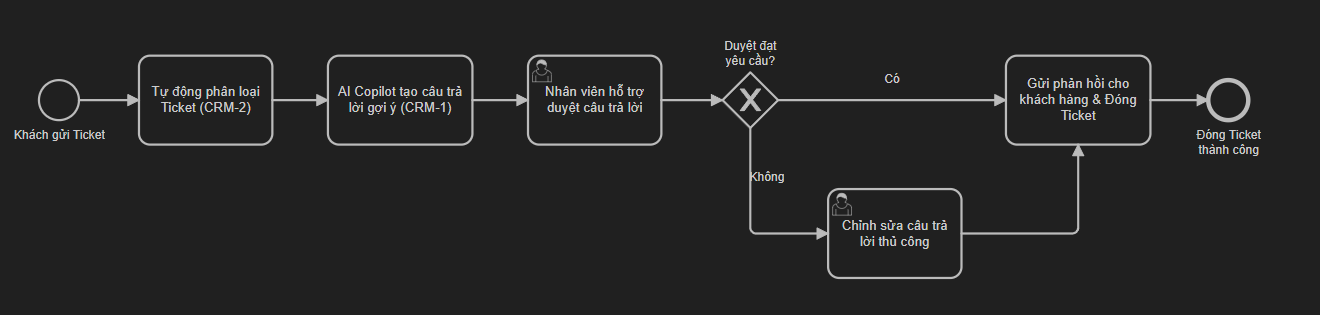
This is camunda/support_resolution.png from thanhhai375/support-resolution-ai, a BPMN export, as it was before one commit. Its source is kept beside it as camunda/support_resolution.bpmn. Ids are renumbered. Source of this version:
```xml
<bpmn:definitions xmlns:bpmn="http://www.omg.org/spec/BPMN/20100524/MODEL" xmlns:bpmndi="http://www.omg.org/spec/BPMN/20100524/DI" xmlns:dc="http://www.omg.org/spec/DD/20100524/DC" xmlns:di="http://www.omg.org/spec/DD/20100524/DI" id="Definitions_SupportCopilot" targetNamespace="http://bpmn.io/schema/bpmn">
  <bpmn:process id="Process_Support_Resolution" name="Support Resolution Copilot" isExecutable="false">
    <bpmn:startEvent id="Start_TicketCreated" name="Khách gửi Ticket">
      <bpmn:outgoing>Flow_1</bpmn:outgoing>
    </bpmn:startEvent>
    <bpmn:task id="Task_AutoCategorize" name="Tự động phân loại Ticket (CRM-2)">
      <bpmn:incoming>Flow_1</bpmn:incoming>
      <bpmn:outgoing>Flow_2</bpmn:outgoing>
    </bpmn:task>
    <bpmn:task id="Task_GenerateResolution" name="AI Copilot tạo câu trả lời gợi ý (CRM-1)">
      <bpmn:incoming>Flow_2</bpmn:incoming>
      <bpmn:outgoing>Flow_3</bpmn:outgoing>
    </bpmn:task>
    <bpmn:userTask id="Task_ReviewResolution" name="Nhân viên hỗ trợ duyệt câu trả lời">
      <bpmn:incoming>Flow_3</bpmn:incoming>
      <bpmn:outgoing>Flow_4</bpmn:outgoing>
    </bpmn:userTask>
    <bpmn:exclusiveGateway id="Gateway_Approved" name="Duyệt đạt yêu cầu?">
      <bpmn:incoming>Flow_4</bpmn:incoming>
      <bpmn:outgoing>Flow_Yes</bpmn:outgoing>
      <bpmn:outgoing>Flow_No</bpmn:outgoing>
    </bpmn:exclusiveGateway>
    <bpmn:userTask id="Task_EditResponse" name="Chỉnh sửa câu trả lời thủ công">
      <bpmn:incoming>Flow_No</bpmn:incoming>
      <bpmn:outgoing>Flow_5</bpmn:outgoing>
    </bpmn:userTask>
    <bpmn:task id="Task_SendResponse" name="Gửi phản hồi cho khách hàng &amp; Đóng Ticket">
      <bpmn:incoming>Flow_Yes</bpmn:incoming>
      <bpmn:incoming>Flow_5</bpmn:incoming>
      <bpmn:outgoing>Flow_End</bpmn:outgoing>
    </bpmn:task>
    <bpmn:endEvent id="End_TicketResolved" name="Đóng Ticket thành công">
      <bpmn:incoming>Flow_End</bpmn:incoming>
    </bpmn:endEvent>
    <bpmn:sequenceFlow id="Flow_1" sourceRef="Start_TicketCreated" targetRef="Task_AutoCategorize" />
    <bpmn:sequenceFlow id="Flow_2" sourceRef="Task_AutoCategorize" targetRef="Task_GenerateResolution" />
    <bpmn:sequenceFlow id="Flow_3" sourceRef="Task_GenerateResolution" targetRef="Task_ReviewResolution" />
    <bpmn:sequenceFlow id="Flow_4" sourceRef="Task_ReviewResolution" targetRef="Gateway_Approved" />
    <bpmn:sequenceFlow id="Flow_Yes" name="Có" sourceRef="Gateway_Approved" targetRef="Task_SendResponse" />
    <bpmn:sequenceFlow id="Flow_No" name="Không" sourceRef="Gateway_Approved" targetRef="Task_EditResponse" />
    <bpmn:sequenceFlow id="Flow_5" sourceRef="Task_EditResponse" targetRef="Task_SendResponse" />
    <bpmn:sequenceFlow id="Flow_End" sourceRef="Task_SendResponse" targetRef="End_TicketResolved" />
  </bpmn:process>
  <bpmndi:BPMNDiagram id="BPMNDiagram_1">
    <bpmndi:BPMNPlane id="BPMNPlane_1" bpmnElement="Process_Support_Resolution">
      <bpmndi:BPMNShape id="Start_TicketCreated_di" bpmnElement="Start_TicketCreated">
        <dc:Bounds x="160" y="112" width="36" height="36" />
        <bpmndi:BPMNLabel><dc:Bounds x="135" y="155" width="87" height="14" /></bpmndi:BPMNLabel>
      </bpmndi:BPMNShape>
      <bpmndi:BPMNShape id="Task_AutoCategorize_di" bpmnElement="Task_AutoCategorize">
        <dc:Bounds x="250" y="90" width="120" height="80" />
      </bpmndi:BPMNShape>
      <bpmndi:BPMNShape id="Task_GenerateResolution_di" bpmnElement="Task_GenerateResolution">
        <dc:Bounds x="420" y="90" width="130" height="80" />
      </bpmndi:BPMNShape>
      <bpmndi:BPMNShape id="Task_ReviewResolution_di" bpmnElement="Task_ReviewResolution">
        <dc:Bounds x="600" y="90" width="120" height="80" />
      </bpmndi:BPMNShape>
      <bpmndi:BPMNShape id="Gateway_Approved_di" bpmnElement="Gateway_Approved" isMarkerVisible="true">
        <dc:Bounds x="775" y="105" width="50" height="50" />
        <bpmndi:BPMNLabel><dc:Bounds x="765" y="75" width="70" height="27" /></bpmndi:BPMNLabel>
      </bpmndi:BPMNShape>
      <bpmndi:BPMNShape id="Task_EditResponse_di" bpmnElement="Task_EditResponse">
        <dc:Bounds x="870" y="210" width="120" height="80" />
      </bpmndi:BPMNShape>
      <bpmndi:BPMNShape id="Task_SendResponse_di" bpmnElement="Task_SendResponse">
        <dc:Bounds x="1030" y="90" width="130" height="80" />
      </bpmndi:BPMNShape>
      <bpmndi:BPMNShape id="End_TicketResolved_di" bpmnElement="End_TicketResolved">
        <dc:Bounds x="1212" y="112" width="36" height="36" />
        <bpmndi:BPMNLabel><dc:Bounds x="1195" y="155" width="70" height="27" /></bpmndi:BPMNLabel>
      </bpmndi:BPMNShape>
      <bpmndi:BPMNEdge id="Flow_1_di" bpmnElement="Flow_1"><di:waypoint x="196" y="130" /><di:waypoint x="250" y="130" /></bpmndi:BPMNEdge>
      <bpmndi:BPMNEdge id="Flow_2_di" bpmnElement="Flow_2"><di:waypoint x="370" y="130" /><di:waypoint x="420" y="130" /></bpmndi:BPMNEdge>
      <bpmndi:BPMNEdge id="Flow_3_di" bpmnElement="Flow_3"><di:waypoint x="550" y="130" /><di:waypoint x="600" y="130" /></bpmndi:BPMNEdge>
      <bpmndi:BPMNEdge id="Flow_4_di" bpmnElement="Flow_4"><di:waypoint x="720" y="130" /><di:waypoint x="775" y="130" /></bpmndi:BPMNEdge>
      <bpmndi:BPMNEdge id="Flow_Yes_di" bpmnElement="Flow_Yes"><di:waypoint x="825" y="130" /><di:waypoint x="1030" y="130" /></bpmndi:BPMNEdge>
      <bpmndi:BPMNEdge id="Flow_No_di" bpmnElement="Flow_No"><di:waypoint x="800" y="155" /><di:waypoint x="800" y="250" /><di:waypoint x="870" y="250" /></bpmndi:BPMNEdge>
      <bpmndi:BPMNEdge id="Flow_5_di" bpmnElement="Flow_5"><di:waypoint x="990" y="250" /><di:waypoint x="1095" y="250" /><di:waypoint x="1095" y="170" /></bpmndi:BPMNEdge>
      <bpmndi:BPMNEdge id="Flow_End_di" bpmnElement="Flow_End"><di:waypoint x="1160" y="130" /><di:waypoint x="1212" y="130" /></bpmndi:BPMNEdge>
    </bpmndi:BPMNPlane>
  </bpmndi:BPMNDiagram>
</bpmn:definitions>
```
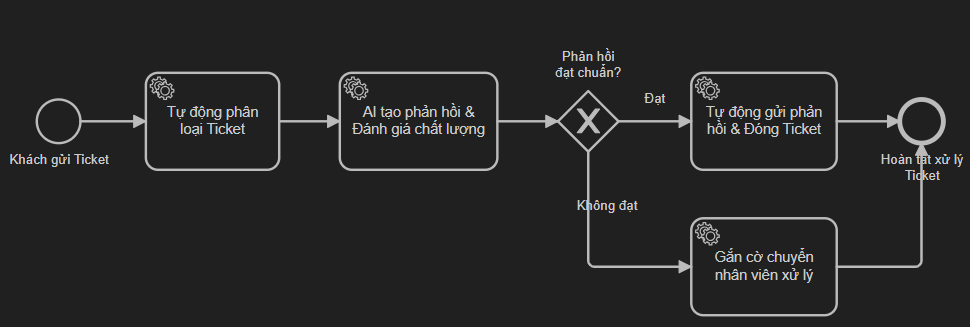
After the change.

Commit message:
docs(crm-5): update automated ai support resolution workflow

What changed in the source:
```diff
@@ -1,83 +1,74 @@
-<bpmn:definitions xmlns:bpmn="http://www.omg.org/spec/BPMN/20100524/MODEL" xmlns:bpmndi="http://www.omg.org/spec/BPMN/20100524/DI" xmlns:dc="http://www.omg.org/spec/DD/20100524/DC" xmlns:di="http://www.omg.org/spec/DD/20100524/DI" id="Definitions_SupportCopilot" targetNamespace="http://bpmn.io/schema/bpmn">
-  <bpmn:process id="Process_Support_Resolution" name="Support Resolution Copilot" isExecutable="false">
-    <bpmn:startEvent id="Start_TicketCreated" name="Khách gửi Ticket">
-      <bpmn:outgoing>Flow_1</bpmn:outgoing>
+<bpmn:definitions xmlns:bpmn="http://www.omg.org/spec/BPMN/20100524/MODEL" xmlns:bpmndi="http://www.omg.org/spec/BPMN/20100524/DI" xmlns:dc="http://www.omg.org/spec/DD/20100524/DC" xmlns:di="http://www.omg.org/spec/DD/20100524/DI" id="Definitions_Auto" targetNamespace="http://bpmn.io/schema/bpmn">
+  <bpmn:process id="Process_Auto_Support" name="Quy trình AI tự động xử lý Ticket" isExecutable="true">
+    <bpmn:startEvent id="Start_Ticket" name="Khách gửi Ticket">
+      <bpmn:outgoing>F1</bpmn:outgoing>
     </bpmn:startEvent>
-    <bpmn:task id="Task_AutoCategorize" name="Tự động phân loại Ticket (CRM-2)">
-      <bpmn:incoming>Flow_1</bpmn:incoming>
-      <bpmn:outgoing>Flow_2</bpmn:outgoing>
-    </bpmn:task>
-    <bpmn:task id="Task_GenerateResolution" name="AI Copilot tạo câu trả lời gợi ý (CRM-1)">
-      <bpmn:incoming>Flow_2</bpmn:incoming>
-      <bpmn:outgoing>Flow_3</bpmn:outgoing>
-    </bpmn:task>
-    <bpmn:userTask id="Task_ReviewResolution" name="Nhân viên hỗ trợ duyệt câu trả lời">
-      <bpmn:incoming>Flow_3</bpmn:incoming>
-      <bpmn:outgoing>Flow_4</bpmn:outgoing>
-    </bpmn:userTask>
-    <bpmn:exclusiveGateway id="Gateway_Approved" name="Duyệt đạt yêu cầu?">
-      <bpmn:incoming>Flow_4</bpmn:incoming>
-      <bpmn:outgoing>Flow_Yes</bpmn:outgoing>
-      <bpmn:outgoing>Flow_No</bpmn:outgoing>
+    <bpmn:serviceTask id="Task_Categorize" name="Tự động phân loại Ticket">
+      <bpmn:incoming>F1</bpmn:incoming>
+      <bpmn:outgoing>F2</bpmn:outgoing>
+    </bpmn:serviceTask>
+    <bpmn:serviceTask id="Task_AIEval" name="AI tạo phản hồi &amp; Đánh giá chất lượng">
+      <bpmn:incoming>F2</bpmn:incoming>
+      <bpmn:outgoing>F3</bpmn:outgoing>
+    </bpmn:serviceTask>
+    <bpmn:exclusiveGateway id="Gateway_AIDecision" name="Phản hồi đạt chuẩn?">
+      <bpmn:incoming>F3</bpmn:incoming>
+      <bpmn:outgoing>F_Valid</bpmn:outgoing>
+      <bpmn:outgoing>F_Invalid</bpmn:outgoing>
     </bpmn:exclusiveGateway>
-    <bpmn:userTask id="Task_EditResponse" name="Chỉnh sửa câu trả lời thủ công">
-      <bpmn:incoming>Flow_No</bpmn:incoming>
-      <bpmn:outgoing>Flow_5</bpmn:outgoing>
-    </bpmn:userTask>
-    <bpmn:task id="Task_SendResponse" name="Gửi phản hồi cho khách hàng &amp; Đóng Ticket">
-      <bpmn:incoming>Flow_Yes</bpmn:incoming>
-      <bpmn:incoming>Flow_5</bpmn:incoming>
-      <bpmn:outgoing>Flow_End</bpmn:outgoing>
-    </bpmn:task>
-    <bpmn:endEvent id="End_TicketResolved" name="Đóng Ticket thành công">
-      <bpmn:incoming>Flow_End</bpmn:incoming>
+    <bpmn:serviceTask id="Task_AutoSend" name="Tự động gửi phản hồi &amp; Đóng Ticket">
+      <bpmn:incoming>F_Valid</bpmn:incoming>
+      <bpmn:outgoing>F_End1</bpmn:outgoing>
+    </bpmn:serviceTask>
+    <bpmn:serviceTask id="Task_Escalate" name="Gắn cờ chuyển nhân viên xử lý">
+      <bpmn:incoming>F_Invalid</bpmn:incoming>
+      <bpmn:outgoing>F_End2</bpmn:outgoing>
+    </bpmn:serviceTask>
+    <bpmn:endEvent id="End_Closed" name="Hoàn tất xử lý Ticket">
+      <bpmn:incoming>F_End1</bpmn:incoming>
+      <bpmn:incoming>F_End2</bpmn:incoming>
     </bpmn:endEvent>
-    <bpmn:sequenceFlow id="Flow_1" sourceRef="Start_TicketCreated" targetRef="Task_AutoCategorize" />
-    <bpmn:sequenceFlow id="Flow_2" sourceRef="Task_AutoCategorize" targetRef="Task_GenerateResolution" />
-    <bpmn:sequenceFlow id="Flow_3" sourceRef="Task_GenerateResolution" targetRef="Task_ReviewResolution" />
-    <bpmn:sequenceFlow id="Flow_4" sourceRef="Task_ReviewResolution" targetRef="Gateway_Approved" />
-    <bpmn:sequenceFlow id="Flow_Yes" name="Có" sourceRef="Gateway_Approved" targetRef="Task_SendResponse" />
-    <bpmn:sequenceFlow id="Flow_No" name="Không" sourceRef="Gateway_Approved" targetRef="Task_EditResponse" />
-    <bpmn:sequenceFlow id="Flow_5" sourceRef="Task_EditResponse" targetRef="Task_SendResponse" />
-    <bpmn:sequenceFlow id="Flow_End" sourceRef="Task_SendResponse" targetRef="End_TicketResolved" />
+    <bpmn:sequenceFlow id="F1" sourceRef="Start_Ticket" targetRef="Task_Categorize" />
+    <bpmn:sequenceFlow id="F2" sourceRef="Task_Categorize" targetRef="Task_AIEval" />
+    <bpmn:sequenceFlow id="F3" sourceRef="Task_AIEval" targetRef="Gateway_AIDecision" />
+    <bpmn:sequenceFlow id="F_Valid" name="Đạt" sourceRef="Gateway_AIDecision" targetRef="Task_AutoSend" />
+    <bpmn:sequenceFlow id="F_Invalid" name="Không đạt" sourceRef="Gateway_AIDecision" targetRef="Task_Escalate" />
+    <bpmn:sequenceFlow id="F_End1" sourceRef="Task_AutoSend" targetRef="End_Closed" />
+    <bpmn:sequenceFlow id="F_End2" sourceRef="Task_Escalate" targetRef="End_Closed" />
   </bpmn:process>
-  <bpmndi:BPMNDiagram id="BPMNDiagram_1">
-    <bpmndi:BPMNPlane id="BPMNPlane_1" bpmnElement="Process_Support_Resolution">
-      <bpmndi:BPMNShape id="Start_TicketCreated_di" bpmnElement="Start_TicketCreated">
-        <dc:Bounds x="160" y="112" width="36" height="36" />
-        <bpmndi:BPMNLabel><dc:Bounds x="135" y="155" width="87" height="14" /></bpmndi:BPMNLabel>
+  <bpmndi:BPMNDiagram id="BPMNDiagram_Auto">
+    <bpmndi:BPMNPlane id="BPMNPlane_Auto" bpmnElement="Process_Auto_Support">
+      <bpmndi:BPMNShape id="Start_Ticket_di" bpmnElement="Start_Ticket">
+        <dc:Bounds x="160" y="102" width="36" height="36" />
+        <bpmndi:BPMNLabel><dc:Bounds x="135" y="145" width="87" height="14" /></bpmndi:BPMNLabel>
       </bpmndi:BPMNShape>
-      <bpmndi:BPMNShape id="Task_AutoCategorize_di" bpmnElement="Task_AutoCategorize">
-        <dc:Bounds x="250" y="90" width="120" height="80" />
+      <bpmndi:BPMNShape id="Task_Categorize_di" bpmnElement="Task_Categorize">
+        <dc:Bounds x="250" y="80" width="110" height="80" />
       </bpmndi:BPMNShape>
-      <bpmndi:BPMNShape id="Task_GenerateResolution_di" bpmnElement="Task_GenerateResolution">
-        <dc:Bounds x="420" y="90" width="130" height="80" />
+      <bpmndi:BPMNShape id="Task_AIEval_di" bpmnElement="Task_AIEval">
+        <dc:Bounds x="410" y="80" width="130" height="80" />
       </bpmndi:BPMNShape>
-      <bpmndi:BPMNShape id="Task_ReviewResolution_di" bpmnElement="Task_ReviewResolution">
-        <dc:Bounds x="600" y="90" width="120" height="80" />
+      <bpmndi:BPMNShape id="Gateway_AIDecision_di" bpmnElement="Gateway_AIDecision" isMarkerVisible="true">
+        <dc:Bounds x="590" y="95" width="50" height="50" />
+        <bpmndi:BPMNLabel><dc:Bounds x="575" y="60" width="80" height="27" /></bpmndi:BPMNLabel>
       </bpmndi:BPMNShape>
-      <bpmndi:BPMNShape id="Gateway_Approved_di" bpmnElement="Gateway_Approved" isMarkerVisible="true">
-        <dc:Bounds x="775" y="105" width="50" height="50" />
-        <bpmndi:BPMNLabel><dc:Bounds x="765" y="75" width="70" height="27" /></bpmndi:BPMNLabel>
+      <bpmndi:BPMNShape id="Task_AutoSend_di" bpmnElement="Task_AutoSend">
+        <dc:Bounds x="700" y="80" width="120" height="80" />
       </bpmndi:BPMNShape>
-      <bpmndi:BPMNShape id="Task_EditResponse_di" bpmnElement="Task_EditResponse">
-        <dc:Bounds x="870" y="210" width="120" height="80" />
+      <bpmndi:BPMNShape id="Task_Escalate_di" bpmnElement="Task_Escalate">
+        <dc:Bounds x="700" y="200" width="120" height="80" />
       </bpmndi:BPMNShape>
-      <bpmndi:BPMNShape id="Task_SendResponse_di" bpmnElement="Task_SendResponse">
-        <dc:Bounds x="1030" y="90" width="130" height="80" />
+      <bpmndi:BPMNShape id="End_Closed_di" bpmnElement="End_Closed">
+        <dc:Bounds x="872" y="102" width="36" height="36" />
+        <bpmndi:BPMNLabel><dc:Bounds x="850" y="145" width="80" height="27" /></bpmndi:BPMNLabel>
       </bpmndi:BPMNShape>
-      <bpmndi:BPMNShape id="End_TicketResolved_di" bpmnElement="End_TicketResolved">
-        <dc:Bounds x="1212" y="112" width="36" height="36" />
-        <bpmndi:BPMNLabel><dc:Bounds x="1195" y="155" width="70" height="27" /></bpmndi:BPMNLabel>
-      </bpmndi:BPMNShape>
-      <bpmndi:BPMNEdge id="Flow_1_di" bpmnElement="Flow_1"><di:waypoint x="196" y="130" /><di:waypoint x="250" y="130" /></bpmndi:BPMNEdge>
-      <bpmndi:BPMNEdge id="Flow_2_di" bpmnElement="Flow_2"><di:waypoint x="370" y="130" /><di:waypoint x="420" y="130" /></bpmndi:BPMNEdge>
-      <bpmndi:BPMNEdge id="Flow_3_di" bpmnElement="Flow_3"><di:waypoint x="550" y="130" /><di:waypoint x="600" y="130" /></bpmndi:BPMNEdge>
-      <bpmndi:BPMNEdge id="Flow_4_di" bpmnElement="Flow_4"><di:waypoint x="720" y="130" /><di:waypoint x="775" y="130" /></bpmndi:BPMNEdge>
-      <bpmndi:BPMNEdge id="Flow_Yes_di" bpmnElement="Flow_Yes"><di:waypoint x="825" y="130" /><di:waypoint x="1030" y="130" /></bpmndi:BPMNEdge>
-      <bpmndi:BPMNEdge id="Flow_No_di" bpmnElement="Flow_No"><di:waypoint x="800" y="155" /><di:waypoint x="800" y="250" /><di:waypoint x="870" y="250" /></bpmndi:BPMNEdge>
-      <bpmndi:BPMNEdge id="Flow_5_di" bpmnElement="Flow_5"><di:waypoint x="990" y="250" /><di:waypoint x="1095" y="250" /><di:waypoint x="1095" y="170" /></bpmndi:BPMNEdge>
-      <bpmndi:BPMNEdge id="Flow_End_di" bpmnElement="Flow_End"><di:waypoint x="1160" y="130" /><di:waypoint x="1212" y="130" /></bpmndi:BPMNEdge>
+      <bpmndi:BPMNEdge id="F1_di" bpmnElement="F1"><di:waypoint x="196" y="120" /><di:waypoint x="250" y="120" /></bpmndi:BPMNEdge>
+      <bpmndi:BPMNEdge id="F2_di" bpmnElement="F2"><di:waypoint x="360" y="120" /><di:waypoint x="410" y="120" /></bpmndi:BPMNEdge>
+      <bpmndi:BPMNEdge id="F3_di" bpmnElement="F3"><di:waypoint x="540" y="120" /><di:waypoint x="590" y="120" /></bpmndi:BPMNEdge>
+      <bpmndi:BPMNEdge id="F_Valid_di" bpmnElement="F_Valid"><di:waypoint x="640" y="120" /><di:waypoint x="700" y="120" /></bpmndi:BPMNEdge>
+      <bpmndi:BPMNEdge id="F_Invalid_di" bpmnElement="F_Invalid"><di:waypoint x="615" y="145" /><di:waypoint x="615" y="240" /><di:waypoint x="700" y="240" /></bpmndi:BPMNEdge>
+      <bpmndi:BPMNEdge id="F_End1_di" bpmnElement="F_End1"><di:waypoint x="820" y="120" /><di:waypoint x="872" y="120" /></bpmndi:BPMNEdge>
+      <bpmndi:BPMNEdge id="F_End2_di" bpmnElement="F_End2"><di:waypoint x="820" y="240" /><di:waypoint x="890" y="240" /><di:waypoint x="890" y="138" /></bpmndi:BPMNEdge>
     </bpmndi:BPMNPlane>
   </bpmndi:BPMNDiagram>
 </bpmn:definitions>
```
